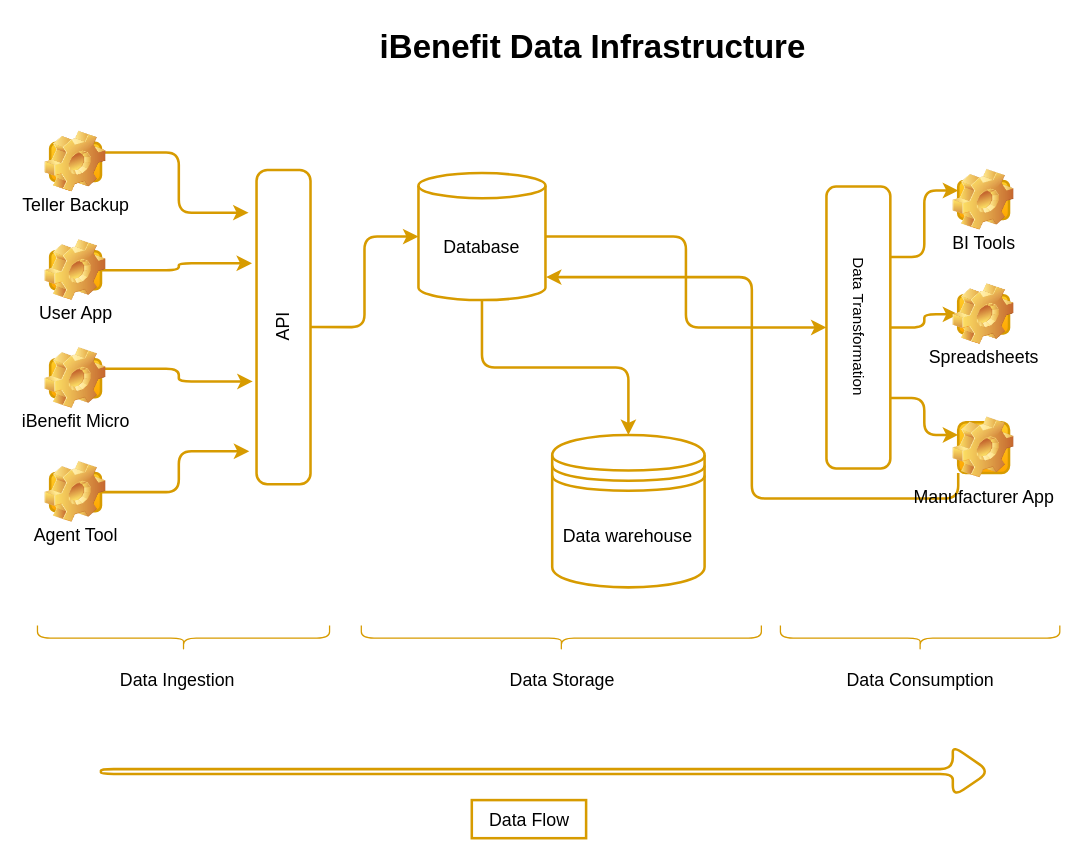
Before: Untitled Diagram.drawio in ANIEKWECHIDERA/RANDS, a draw.io diagram. Source tidied: cells renumbered, new cells numbered last; positions are measured from the earlier drawing's top-left corner, leaving out a move shared by most shapes. Both pictures are drawn from the tidied source at 127%, with x=0, y=0 at pixel (50, 22).
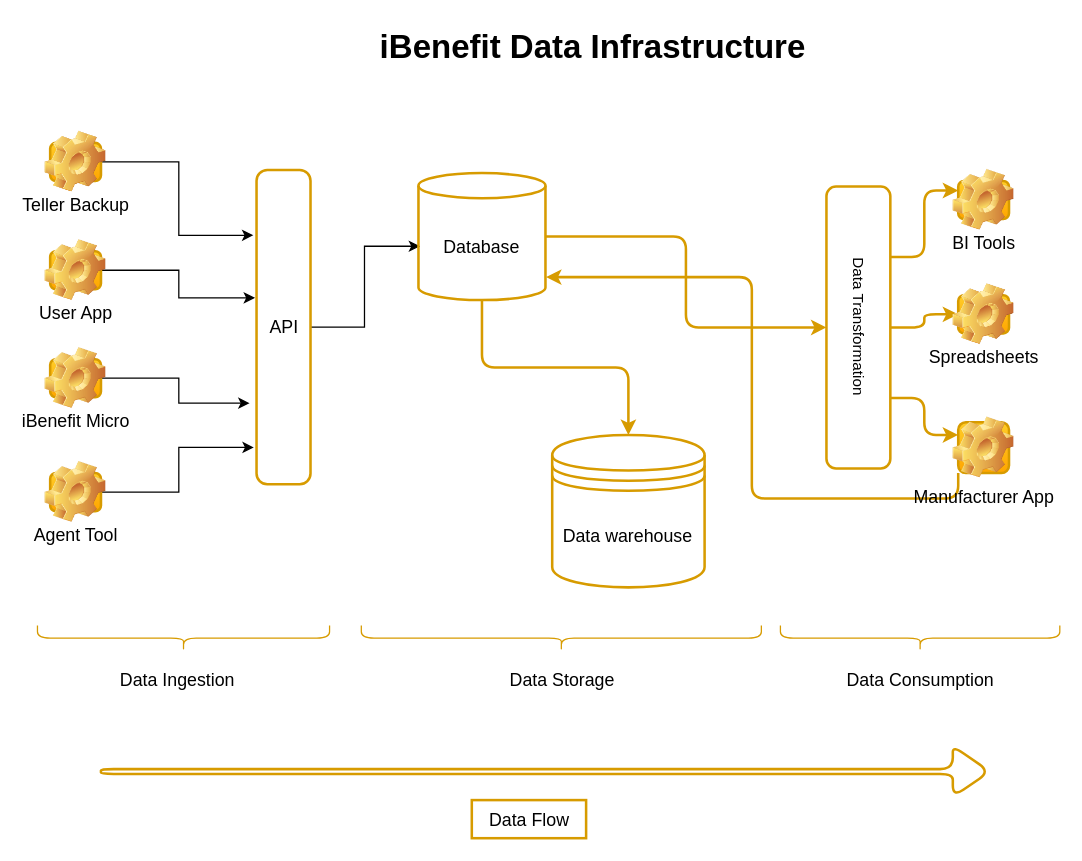
Above is the later version.

Unchanged cells that the change refers to:
```xml
<mxCell id="9" value="&lt;font style=&quot;font-size: 14px;&quot;&gt;Teller Backup&lt;/font&gt;" style="icon;html=1;image=img/clipart/Gear_128x128.png;labelBackgroundColor=none;fillColor=#ffcd28;strokeColor=#d79b00;labelBorderColor=none;gradientColor=#ffa500;shadow=0;strokeWidth=2;" parent="1" vertex="1">
  <mxGeometry y="95" width="40" height="30" as="geometry" />
</mxCell>
<mxCell id="11" value="&lt;font style=&quot;font-size: 14px;&quot;&gt;User App&lt;/font&gt;" style="icon;html=1;image=img/clipart/Gear_128x128.png;labelBackgroundColor=none;fillColor=#ffcd28;strokeColor=#d79b00;labelBorderColor=none;gradientColor=#ffa500;shadow=0;strokeWidth=2;" parent="1" vertex="1">
  <mxGeometry y="180.3" width="40" height="30" as="geometry" />
</mxCell>
<mxCell id="13" value="&lt;font style=&quot;font-size: 14px;&quot;&gt;iBenefit Micro&lt;/font&gt;" style="icon;html=1;image=img/clipart/Gear_128x128.png;labelBackgroundColor=none;fillColor=#ffcd28;strokeColor=#d79b00;labelBorderColor=none;gradientColor=#ffa500;shadow=0;strokeWidth=2;" parent="1" vertex="1">
  <mxGeometry y="265.3" width="40" height="30" as="geometry" />
</mxCell>
<mxCell id="15" value="&lt;font style=&quot;font-size: 14px;&quot;&gt;Agent Tool&lt;/font&gt;" style="icon;html=1;image=img/clipart/Gear_128x128.png;labelBackgroundColor=none;fillColor=#ffcd28;strokeColor=#d79b00;labelBorderColor=none;gradientColor=#ffa500;shadow=0;strokeWidth=2;" parent="1" vertex="1">
  <mxGeometry y="355" width="40" height="30" as="geometry" />
</mxCell>
<mxCell id="18" value="&lt;font style=&quot;font-size: 14px;&quot;&gt;Database&lt;/font&gt;" style="shape=cylinder3;double=1;whiteSpace=wrap;html=1;rounded=1;labelBackgroundColor=none;arcSize=7;boundedLbl=1;backgroundOutline=1;size=9.900009155273438;fillColor=none;strokeColor=#d79b00;labelBorderColor=none;gradientColor=#ffa500;shadow=0;strokeWidth=2;" parent="1" vertex="1">
  <mxGeometry x="290" y="118.8" width="100" height="100" as="geometry" />
</mxCell>
```

Diff of the diagram source:
```diff
@@
-    <mxCell id="2" style="edgeStyle=orthogonalEdgeStyle;rounded=1;jettySize=auto;html=1;exitX=0.5;exitY=1;exitDx=0;exitDy=0;entryX=0;entryY=0.5;entryDx=0;entryDy=0;labelBackgroundColor=none;fontColor=default;fillColor=#ffcd28;strokeColor=#d79b00;labelBorderColor=none;gradientColor=#ffa500;shadow=0;strokeWidth=2;" parent="1" edge="1" source="3" target="18">
+    <mxCell id="2" style="edgeStyle=orthogonalEdgeStyle;rounded=0;jettySize=auto;html=1;exitX=0.5;exitY=0;exitDx=0;exitDy=0;entryX=0.013;entryY=0.576;entryDx=0;entryDy=0;entryPerimeter=0;" parent="1" edge="1" source="3" target="18">
       <mxGeometry relative="1" as="geometry" />
     </mxCell>
-    <mxCell id="3" value="&lt;font style=&quot;font-size: 14px;&quot;&gt;API&lt;/font&gt;" style="shape=label;whiteSpace=wrap;html=1;bottom=1;right=1;left=1;top=0;routingCenterX=-0.5;rotation=-90;rounded=1;labelBackgroundColor=none;fillColor=none;strokeColor=#d79b00;labelBorderColor=none;gradientColor=#ffa500;shadow=0;strokeWidth=2;arcSize=20;horizontal=1;" parent="1" vertex="1">
+    <mxCell id="3" value="&lt;font style=&quot;font-size: 14px;&quot;&gt;API&lt;/font&gt;" style="shape=label;whiteSpace=wrap;html=1;bottom=1;right=1;left=1;top=0;routingCenterX=-0.5;rotation=90;rounded=1;labelBackgroundColor=none;fillColor=none;strokeColor=#d79b00;labelBorderColor=none;gradientColor=#ffa500;shadow=0;strokeWidth=2;arcSize=20;horizontal=0;flipH=0;flipV=0;" parent="1" vertex="1">
       <mxGeometry x="60" y="218.8" width="247.5" height="42.5" as="geometry" />
     </mxCell>
@@
-    <mxCell id="8" style="edgeStyle=orthogonalEdgeStyle;rounded=1;jettySize=auto;html=1;exitX=1;exitY=0.25;exitDx=0;exitDy=0;entryX=0.864;entryY=-0.147;entryDx=0;entryDy=0;entryPerimeter=0;labelBackgroundColor=none;fontColor=default;fillColor=#ffcd28;strokeColor=#d79b00;labelBorderColor=none;gradientColor=#ffa500;shadow=0;strokeWidth=2;" parent="1" edge="1" source="9" target="3">
+    <mxCell id="8" style="edgeStyle=orthogonalEdgeStyle;rounded=0;jettySize=auto;html=1;exitX=1;exitY=0.5;exitDx=0;exitDy=0;entryX=0.208;entryY=1.059;entryDx=0;entryDy=0;entryPerimeter=0;" parent="1" edge="1" source="9" target="3">
       <mxGeometry relative="1" as="geometry" />
     </mxCell>
@@
-    <mxCell id="10" style="edgeStyle=orthogonalEdgeStyle;rounded=1;jettySize=auto;html=1;exitX=1;exitY=0.5;exitDx=0;exitDy=0;entryX=0.703;entryY=-0.084;entryDx=0;entryDy=0;entryPerimeter=0;labelBackgroundColor=none;fontColor=default;fillColor=#ffcd28;strokeColor=#d79b00;labelBorderColor=none;gradientColor=#ffa500;shadow=0;strokeWidth=2;" parent="1" edge="1" source="11" target="3">
+    <mxCell id="10" style="edgeStyle=orthogonalEdgeStyle;rounded=0;jettySize=auto;html=1;exitX=1;exitY=0.5;exitDx=0;exitDy=0;entryX=0.407;entryY=1.028;entryDx=0;entryDy=0;entryPerimeter=0;" parent="1" edge="1" source="11" target="3">
       <mxGeometry relative="1" as="geometry" />
     </mxCell>
@@
-    <mxCell id="12" style="edgeStyle=orthogonalEdgeStyle;rounded=1;jettySize=auto;html=1;exitX=1;exitY=0.25;exitDx=0;exitDy=0;entryX=0.327;entryY=-0.071;entryDx=0;entryDy=0;entryPerimeter=0;labelBackgroundColor=none;fontColor=default;fillColor=#ffcd28;strokeColor=#d79b00;labelBorderColor=none;gradientColor=#ffa500;shadow=0;strokeWidth=2;" parent="1" edge="1" source="13" target="3">
+    <mxCell id="12" style="edgeStyle=orthogonalEdgeStyle;rounded=0;jettySize=auto;html=1;exitX=1;exitY=0.5;exitDx=0;exitDy=0;entryX=0.742;entryY=1.129;entryDx=0;entryDy=0;entryPerimeter=0;" parent="1" edge="1" source="13" target="3">
       <mxGeometry relative="1" as="geometry" />
     </mxCell>
@@
-    <mxCell id="14" style="edgeStyle=orthogonalEdgeStyle;rounded=1;jettySize=auto;html=1;exitX=1;exitY=0.5;exitDx=0;exitDy=0;entryX=0.105;entryY=-0.135;entryDx=0;entryDy=0;entryPerimeter=0;labelBackgroundColor=none;fontColor=default;fillColor=#ffcd28;strokeColor=#d79b00;labelBorderColor=none;gradientColor=#ffa500;shadow=0;strokeWidth=2;" parent="1" edge="1" source="15" target="3">
+    <mxCell id="14" style="edgeStyle=orthogonalEdgeStyle;rounded=0;jettySize=auto;html=1;exitX=1;exitY=0.5;exitDx=0;exitDy=0;entryX=0.883;entryY=1.051;entryDx=0;entryDy=0;entryPerimeter=0;" parent="1" edge="1" source="15" target="3">
       <mxGeometry relative="1" as="geometry" />
     </mxCell>
```
